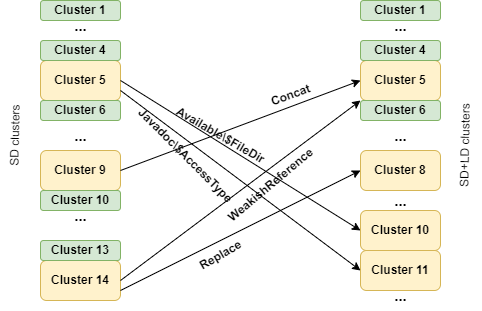
This is ICSTCC/images/clusters.png from AdelinaStana/Papers, a draw.io export, as it was before one commit. Source tidied: cells renumbered, new cells last; positions are measured from the earlier drawing's top-left corner, leaving out a move shared by most shapes. Source of this version:
```xml
<mxGraphModel>
  <root>
    <mxCell id="0" />
    <mxCell id="1" parent="0" />
    <mxCell id="2" value="&lt;b&gt;Cluster 5&lt;/b&gt;" style="rounded=1;whiteSpace=wrap;html=1;fillColor=#fff2cc;strokeColor=#d6b656;" parent="1" vertex="1">
      <mxGeometry x="390" y="60" width="80" height="40" as="geometry" />
    </mxCell>
    <mxCell id="3" value="&lt;b&gt;Cluster 10&lt;/b&gt;" style="rounded=1;whiteSpace=wrap;html=1;fillColor=#fff2cc;strokeColor=#d6b656;" parent="1" vertex="1">
      <mxGeometry x="390" y="210" width="80" height="40" as="geometry" />
    </mxCell>
    <mxCell id="4" value="&lt;b&gt;Cluster 1&lt;/b&gt;" style="rounded=1;whiteSpace=wrap;html=1;fillColor=#d5e8d4;strokeColor=#82b366;" parent="1" vertex="1">
      <mxGeometry x="70" width="80" height="20" as="geometry" />
    </mxCell>
    <mxCell id="5" value="&lt;b&gt;Cluster 5&lt;/b&gt;" style="rounded=1;whiteSpace=wrap;html=1;fillColor=#fff2cc;strokeColor=#d6b656;" parent="1" vertex="1">
      <mxGeometry x="70" y="60" width="80" height="40" as="geometry" />
    </mxCell>
    <mxCell id="6" value="&lt;b&gt;Cluster 9&lt;/b&gt;" style="rounded=1;whiteSpace=wrap;html=1;fillColor=#fff2cc;strokeColor=#d6b656;" parent="1" vertex="1">
      <mxGeometry x="70" y="150" width="80" height="40" as="geometry" />
    </mxCell>
    <mxCell id="7" value="&lt;b&gt;Cluster 11&lt;/b&gt;" style="rounded=1;whiteSpace=wrap;html=1;fillColor=#fff2cc;strokeColor=#d6b656;" parent="1" vertex="1">
      <mxGeometry x="390" y="250" width="80" height="40" as="geometry" />
    </mxCell>
    <mxCell id="8" value="&lt;b&gt;Cluster 14&lt;/b&gt;" style="rounded=1;whiteSpace=wrap;html=1;fillColor=#fff2cc;strokeColor=#d6b656;" parent="1" vertex="1">
      <mxGeometry x="70" y="260" width="80" height="40" as="geometry" />
    </mxCell>
    <mxCell id="9" value="&lt;b&gt;Cluster 8&lt;/b&gt;" style="rounded=1;whiteSpace=wrap;html=1;fillColor=#fff2cc;strokeColor=#d6b656;" parent="1" vertex="1">
      <mxGeometry x="390" y="150" width="80" height="40" as="geometry" />
    </mxCell>
    <mxCell id="10" value="&lt;b&gt;Cluster 4&lt;/b&gt;" style="rounded=1;whiteSpace=wrap;html=1;fillColor=#d5e8d4;strokeColor=#82b366;" parent="1" vertex="1">
      <mxGeometry x="70" y="40" width="80" height="20" as="geometry" />
    </mxCell>
    <mxCell id="11" value="&lt;b&gt;Cluster 1&lt;/b&gt;" style="rounded=1;whiteSpace=wrap;html=1;fillColor=#d5e8d4;strokeColor=#82b366;" parent="1" vertex="1">
      <mxGeometry x="390" width="80" height="20" as="geometry" />
    </mxCell>
    <mxCell id="12" value="&lt;b&gt;Cluster 4&lt;/b&gt;" style="rounded=1;whiteSpace=wrap;html=1;fillColor=#d5e8d4;strokeColor=#82b366;" parent="1" vertex="1">
      <mxGeometry x="390" y="40" width="80" height="20" as="geometry" />
    </mxCell>
    <mxCell id="13" style="endArrow=classic;html=1;rounded=0;exitX=1;exitY=0.5;exitDx=0;exitDy=0;entryX=0;entryY=0.5;entryDx=0;entryDy=0;" parent="1" edge="1" source="5" target="3">
      <mxGeometry relative="1" as="geometry" />
    </mxCell>
    <mxCell id="14" value="&lt;b&gt;Available\$FileDir&lt;/b&gt;" style="text;html=1;align=center;verticalAlign=middle;strokeColor=none;fillColor=none;rotation=30;" parent="1" vertex="1">
      <mxGeometry x="190" y="120" width="120" height="30" as="geometry" />
    </mxCell>
    <mxCell id="15" style="endArrow=classic;html=1;rounded=0;exitX=1;exitY=0.5;exitDx=0;exitDy=0;entryX=0;entryY=0.5;entryDx=0;entryDy=0;" parent="1" edge="1" source="6" target="2">
      <mxGeometry relative="1" as="geometry" />
    </mxCell>
    <mxCell id="16" value="&lt;b&gt;Concat&lt;/b&gt;" style="text;html=1;align=center;verticalAlign=middle;strokeColor=none;fillColor=none;rotation=-20;" parent="1" vertex="1">
      <mxGeometry x="290" y="80" width="60" height="30" as="geometry" />
    </mxCell>
    <mxCell id="17" style="endArrow=classic;html=1;rounded=0;exitX=1;exitY=0.75;exitDx=0;exitDy=0;entryX=0;entryY=0.5;entryDx=0;entryDy=0;" parent="1" edge="1" source="5" target="7">
      <mxGeometry relative="1" as="geometry" />
    </mxCell>
    <mxCell id="18" value="&lt;b&gt;Javadoc\$AccessType&lt;/b&gt;" style="text;html=1;align=center;verticalAlign=middle;strokeColor=none;fillColor=none;rotation=45;" parent="1" vertex="1">
      <mxGeometry x="140" y="140" width="150" height="30" as="geometry" />
    </mxCell>
    <mxCell id="19" style="endArrow=classic;html=1;rounded=0;exitX=1;exitY=0.5;exitDx=0;exitDy=0;entryX=0;entryY=1;entryDx=0;entryDy=0;" parent="1" edge="1" source="8" target="2">
      <mxGeometry relative="1" as="geometry" />
    </mxCell>
    <mxCell id="20" value="&lt;b&gt;WeakishReference&lt;/b&gt;" style="text;html=1;align=center;verticalAlign=middle;strokeColor=none;fillColor=none;rotation=-40;" parent="1" vertex="1">
      <mxGeometry x="235" y="170" width="130" height="30" as="geometry" />
    </mxCell>
    <mxCell id="21" style="endArrow=classic;html=1;rounded=0;exitX=1;exitY=0.75;exitDx=0;exitDy=0;entryX=0;entryY=0.5;entryDx=0;entryDy=0;" parent="1" edge="1" source="8" target="9">
      <mxGeometry relative="1" as="geometry" />
    </mxCell>
    <mxCell id="22" value="&lt;b&gt;Replace&lt;/b&gt;" style="text;html=1;align=center;verticalAlign=middle;strokeColor=none;fillColor=none;rotation=-30;" parent="1" vertex="1">
      <mxGeometry x="215" y="240" width="70" height="30" as="geometry" />
    </mxCell>
    <mxCell id="23" value="&lt;b&gt;&lt;font style=&quot;font-size: 15px;&quot;&gt;...&lt;/font&gt;&lt;/b&gt;" style="text;html=1;align=center;verticalAlign=middle;strokeColor=none;fillColor=none;" parent="1" vertex="1">
      <mxGeometry x="90" y="10" width="40" height="30" as="geometry" />
    </mxCell>
    <mxCell id="24" value="&lt;b&gt;&lt;font style=&quot;font-size: 15px;&quot;&gt;...&lt;/font&gt;&lt;/b&gt;" style="text;html=1;align=center;verticalAlign=middle;strokeColor=none;fillColor=none;" parent="1" vertex="1">
      <mxGeometry x="410" y="10" width="40" height="30" as="geometry" />
    </mxCell>
    <mxCell id="25" value="&lt;b&gt;Cluster 6&lt;/b&gt;" style="rounded=1;whiteSpace=wrap;html=1;fillColor=#d5e8d4;strokeColor=#82b366;" parent="1" vertex="1">
      <mxGeometry x="70" y="100" width="80" height="20" as="geometry" />
    </mxCell>
    <mxCell id="26" value="&lt;b&gt;Cluster 6&lt;/b&gt;" style="rounded=1;whiteSpace=wrap;html=1;fillColor=#d5e8d4;strokeColor=#82b366;" parent="1" vertex="1">
      <mxGeometry x="390" y="100" width="80" height="20" as="geometry" />
    </mxCell>
    <mxCell id="27" value="&lt;b&gt;&lt;font style=&quot;font-size: 15px;&quot;&gt;...&lt;/font&gt;&lt;/b&gt;" style="text;html=1;align=center;verticalAlign=middle;strokeColor=none;fillColor=none;" parent="1" vertex="1">
      <mxGeometry x="90" y="120" width="40" height="30" as="geometry" />
    </mxCell>
    <mxCell id="28" value="&lt;b&gt;&lt;font style=&quot;font-size: 15px;&quot;&gt;...&lt;/font&gt;&lt;/b&gt;" style="text;html=1;align=center;verticalAlign=middle;strokeColor=none;fillColor=none;" parent="1" vertex="1">
      <mxGeometry x="410" y="120" width="40" height="30" as="geometry" />
    </mxCell>
    <mxCell id="29" value="&lt;b&gt;Cluster 10&lt;/b&gt;" style="rounded=1;whiteSpace=wrap;html=1;fillColor=#d5e8d4;strokeColor=#82b366;" parent="1" vertex="1">
      <mxGeometry x="70" y="190" width="80" height="20" as="geometry" />
    </mxCell>
    <mxCell id="30" value="&lt;b&gt;&lt;font style=&quot;font-size: 15px;&quot;&gt;...&lt;/font&gt;&lt;/b&gt;" style="text;html=1;align=center;verticalAlign=middle;strokeColor=none;fillColor=none;" parent="1" vertex="1">
      <mxGeometry x="90" y="200" width="40" height="30" as="geometry" />
    </mxCell>
    <mxCell id="31" value="&lt;b&gt;Cluster 13&lt;/b&gt;" style="rounded=1;whiteSpace=wrap;html=1;fillColor=#d5e8d4;strokeColor=#82b366;" parent="1" vertex="1">
      <mxGeometry x="70" y="240" width="80" height="20" as="geometry" />
    </mxCell>
    <mxCell id="32" value="&lt;b&gt;&lt;font style=&quot;font-size: 15px;&quot;&gt;...&lt;/font&gt;&lt;/b&gt;" style="text;html=1;align=center;verticalAlign=middle;strokeColor=none;fillColor=none;" parent="1" vertex="1">
      <mxGeometry x="410" y="185" width="40" height="30" as="geometry" />
    </mxCell>
    <mxCell id="33" value="&lt;b&gt;&lt;font style=&quot;font-size: 15px;&quot;&gt;...&lt;/font&gt;&lt;/b&gt;" style="text;html=1;align=center;verticalAlign=middle;strokeColor=none;fillColor=none;" parent="1" vertex="1">
      <mxGeometry x="410" y="280" width="40" height="30" as="geometry" />
    </mxCell>
    <mxCell id="34" value="SD clusters" style="text;html=1;align=center;verticalAlign=middle;whiteSpace=wrap;rounded=0;rotation=-89;" parent="1" vertex="1">
      <mxGeometry y="120" width="90" height="30" as="geometry" />
    </mxCell>
    <mxCell id="35" value="SD+LD clusters" style="text;html=1;align=center;verticalAlign=middle;whiteSpace=wrap;rounded=0;rotation=-89;" parent="1" vertex="1">
      <mxGeometry x="450" y="130" width="90" height="30" as="geometry" />
    </mxCell>
  </root>
</mxGraphModel>
```
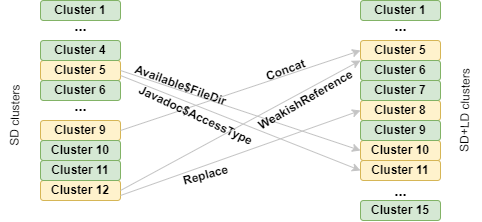
The same file after the commit.

The edit, as a diff of the source:
```diff
@@ -3,28 +3,28 @@
     <mxCell id="0" />
     <mxCell id="1" parent="0" />
     <mxCell id="2" value="&lt;b&gt;Cluster 5&lt;/b&gt;" style="rounded=1;whiteSpace=wrap;html=1;fillColor=#fff2cc;strokeColor=#d6b656;" parent="1" vertex="1">
-      <mxGeometry x="390" y="60" width="80" height="40" as="geometry" />
+      <mxGeometry x="390" y="40" width="80" height="20" as="geometry" />
     </mxCell>
     <mxCell id="3" value="&lt;b&gt;Cluster 10&lt;/b&gt;" style="rounded=1;whiteSpace=wrap;html=1;fillColor=#fff2cc;strokeColor=#d6b656;" parent="1" vertex="1">
-      <mxGeometry x="390" y="210" width="80" height="40" as="geometry" />
+      <mxGeometry x="390" y="140" width="80" height="20" as="geometry" />
     </mxCell>
     <mxCell id="4" value="&lt;b&gt;Cluster 1&lt;/b&gt;" style="rounded=1;whiteSpace=wrap;html=1;fillColor=#d5e8d4;strokeColor=#82b366;" parent="1" vertex="1">
       <mxGeometry x="70" width="80" height="20" as="geometry" />
     </mxCell>
     <mxCell id="5" value="&lt;b&gt;Cluster 5&lt;/b&gt;" style="rounded=1;whiteSpace=wrap;html=1;fillColor=#fff2cc;strokeColor=#d6b656;" parent="1" vertex="1">
-      <mxGeometry x="70" y="60" width="80" height="40" as="geometry" />
+      <mxGeometry x="70" y="60" width="80" height="20" as="geometry" />
     </mxCell>
     <mxCell id="6" value="&lt;b&gt;Cluster 9&lt;/b&gt;" style="rounded=1;whiteSpace=wrap;html=1;fillColor=#fff2cc;strokeColor=#d6b656;" parent="1" vertex="1">
-      <mxGeometry x="70" y="150" width="80" height="40" as="geometry" />
+      <mxGeometry x="70" y="120" width="80" height="20" as="geometry" />
     </mxCell>
     <mxCell id="7" value="&lt;b&gt;Cluster 11&lt;/b&gt;" style="rounded=1;whiteSpace=wrap;html=1;fillColor=#fff2cc;strokeColor=#d6b656;" parent="1" vertex="1">
-      <mxGeometry x="390" y="250" width="80" height="40" as="geometry" />
+      <mxGeometry x="390" y="160" width="80" height="20" as="geometry" />
     </mxCell>
-    <mxCell id="8" value="&lt;b&gt;Cluster 14&lt;/b&gt;" style="rounded=1;whiteSpace=wrap;html=1;fillColor=#fff2cc;strokeColor=#d6b656;" parent="1" vertex="1">
-      <mxGeometry x="70" y="260" width="80" height="40" as="geometry" />
+    <mxCell id="8" value="&lt;b&gt;Cluster 12&lt;/b&gt;" style="rounded=1;whiteSpace=wrap;html=1;fillColor=#fff2cc;strokeColor=#d6b656;" parent="1" vertex="1">
+      <mxGeometry x="70" y="180" width="80" height="20" as="geometry" />
     </mxCell>
     <mxCell id="9" value="&lt;b&gt;Cluster 8&lt;/b&gt;" style="rounded=1;whiteSpace=wrap;html=1;fillColor=#fff2cc;strokeColor=#d6b656;" parent="1" vertex="1">
-      <mxGeometry x="390" y="150" width="80" height="40" as="geometry" />
+      <mxGeometry x="390" y="100" width="80" height="20" as="geometry" />
     </mxCell>
     <mxCell id="10" value="&lt;b&gt;Cluster 4&lt;/b&gt;" style="rounded=1;whiteSpace=wrap;html=1;fillColor=#d5e8d4;strokeColor=#82b366;" parent="1" vertex="1">
       <mxGeometry x="70" y="40" width="80" height="20" as="geometry" />
@@ -32,38 +32,35 @@
     <mxCell id="11" value="&lt;b&gt;Cluster 1&lt;/b&gt;" style="rounded=1;whiteSpace=wrap;html=1;fillColor=#d5e8d4;strokeColor=#82b366;" parent="1" vertex="1">
       <mxGeometry x="390" width="80" height="20" as="geometry" />
     </mxCell>
-    <mxCell id="12" value="&lt;b&gt;Cluster 4&lt;/b&gt;" style="rounded=1;whiteSpace=wrap;html=1;fillColor=#d5e8d4;strokeColor=#82b366;" parent="1" vertex="1">
-      <mxGeometry x="390" y="40" width="80" height="20" as="geometry" />
-    </mxCell>
-    <mxCell id="13" style="endArrow=classic;html=1;rounded=0;exitX=1;exitY=0.5;exitDx=0;exitDy=0;entryX=0;entryY=0.5;entryDx=0;entryDy=0;" parent="1" edge="1" source="5" target="3">
+    <mxCell id="13" style="endArrow=classic;html=1;rounded=0;exitX=1;exitY=0.5;exitDx=0;exitDy=0;entryX=0;entryY=0.5;entryDx=0;entryDy=0;strokeColor=#c4c4c4;align=center;verticalAlign=middle;fontFamily=Helvetica;fontSize=11;fontColor=default;labelBackgroundColor=default;" parent="1" edge="1" source="5" target="3">
       <mxGeometry relative="1" as="geometry" />
     </mxCell>
-    <mxCell id="14" value="&lt;b&gt;Available\$FileDir&lt;/b&gt;" style="text;html=1;align=center;verticalAlign=middle;strokeColor=none;fillColor=none;rotation=30;" parent="1" vertex="1">
-      <mxGeometry x="190" y="120" width="120" height="30" as="geometry" />
+    <mxCell id="14" value="&lt;b&gt;Available$FileDir&lt;/b&gt;" style="text;html=1;align=center;verticalAlign=middle;strokeColor=none;fillColor=none;rotation=20;" parent="1" vertex="1">
+      <mxGeometry x="150" y="70" width="120" height="30" as="geometry" />
     </mxCell>
-    <mxCell id="15" style="endArrow=classic;html=1;rounded=0;exitX=1;exitY=0.5;exitDx=0;exitDy=0;entryX=0;entryY=0.5;entryDx=0;entryDy=0;" parent="1" edge="1" source="6" target="2">
+    <mxCell id="15" style="endArrow=classic;html=1;rounded=0;exitX=1;exitY=0.5;exitDx=0;exitDy=0;entryX=0;entryY=0.5;entryDx=0;entryDy=0;strokeColor=#c4c4c4;" parent="1" edge="1" source="6" target="2">
       <mxGeometry relative="1" as="geometry" />
     </mxCell>
     <mxCell id="16" value="&lt;b&gt;Concat&lt;/b&gt;" style="text;html=1;align=center;verticalAlign=middle;strokeColor=none;fillColor=none;rotation=-20;" parent="1" vertex="1">
-      <mxGeometry x="290" y="80" width="60" height="30" as="geometry" />
+      <mxGeometry x="285" y="55" width="60" height="30" as="geometry" />
     </mxCell>
-    <mxCell id="17" style="endArrow=classic;html=1;rounded=0;exitX=1;exitY=0.75;exitDx=0;exitDy=0;entryX=0;entryY=0.5;entryDx=0;entryDy=0;" parent="1" edge="1" source="5" target="7">
+    <mxCell id="17" style="endArrow=classic;html=1;rounded=0;exitX=1;exitY=0.75;exitDx=0;exitDy=0;entryX=0;entryY=0.5;entryDx=0;entryDy=0;strokeColor=#c4c4c4;align=center;verticalAlign=middle;fontFamily=Helvetica;fontSize=11;fontColor=default;labelBackgroundColor=default;" parent="1" edge="1" source="5" target="7">
       <mxGeometry relative="1" as="geometry" />
     </mxCell>
-    <mxCell id="18" value="&lt;b&gt;Javadoc\$AccessType&lt;/b&gt;" style="text;html=1;align=center;verticalAlign=middle;strokeColor=none;fillColor=none;rotation=45;" parent="1" vertex="1">
-      <mxGeometry x="140" y="140" width="150" height="30" as="geometry" />
+    <mxCell id="18" value="&lt;b&gt;Javadoc$AccessType&lt;/b&gt;" style="text;html=1;align=center;verticalAlign=middle;strokeColor=none;fillColor=none;rotation=25;" parent="1" vertex="1">
+      <mxGeometry x="150" y="100" width="150" height="30" as="geometry" />
     </mxCell>
-    <mxCell id="19" style="endArrow=classic;html=1;rounded=0;exitX=1;exitY=0.5;exitDx=0;exitDy=0;entryX=0;entryY=1;entryDx=0;entryDy=0;" parent="1" edge="1" source="8" target="2">
+    <mxCell id="19" style="endArrow=classic;html=1;rounded=0;exitX=1;exitY=0.5;exitDx=0;exitDy=0;entryX=0;entryY=1;entryDx=0;entryDy=0;strokeColor=#c4c4c4;align=center;verticalAlign=middle;fontFamily=Helvetica;fontSize=11;fontColor=default;labelBackgroundColor=default;" parent="1" edge="1" source="8" target="2">
       <mxGeometry relative="1" as="geometry" />
     </mxCell>
-    <mxCell id="20" value="&lt;b&gt;WeakishReference&lt;/b&gt;" style="text;html=1;align=center;verticalAlign=middle;strokeColor=none;fillColor=none;rotation=-40;" parent="1" vertex="1">
-      <mxGeometry x="235" y="170" width="130" height="30" as="geometry" />
+    <mxCell id="20" value="&lt;b&gt;WeakishReference&lt;/b&gt;" style="text;html=1;align=center;verticalAlign=middle;strokeColor=none;fillColor=none;rotation=-30;" parent="1" vertex="1">
+      <mxGeometry x="270" y="85" width="130" height="30" as="geometry" />
     </mxCell>
-    <mxCell id="21" style="endArrow=classic;html=1;rounded=0;exitX=1;exitY=0.75;exitDx=0;exitDy=0;entryX=0;entryY=0.5;entryDx=0;entryDy=0;" parent="1" edge="1" source="8" target="9">
+    <mxCell id="21" style="endArrow=classic;html=1;rounded=0;exitX=1;exitY=0.75;exitDx=0;exitDy=0;entryX=0;entryY=0.5;entryDx=0;entryDy=0;strokeColor=#c4c4c4;align=center;verticalAlign=middle;fontFamily=Helvetica;fontSize=11;fontColor=default;labelBackgroundColor=default;" parent="1" edge="1" source="8" target="9">
       <mxGeometry relative="1" as="geometry" />
     </mxCell>
-    <mxCell id="22" value="&lt;b&gt;Replace&lt;/b&gt;" style="text;html=1;align=center;verticalAlign=middle;strokeColor=none;fillColor=none;rotation=-30;" parent="1" vertex="1">
-      <mxGeometry x="215" y="240" width="70" height="30" as="geometry" />
+    <mxCell id="22" value="&lt;b&gt;Replace&lt;/b&gt;" style="text;html=1;align=center;verticalAlign=middle;strokeColor=none;fillColor=none;rotation=-15;" parent="1" vertex="1">
+      <mxGeometry x="200" y="160" width="70" height="30" as="geometry" />
     </mxCell>
     <mxCell id="23" value="&lt;b&gt;&lt;font style=&quot;font-size: 15px;&quot;&gt;...&lt;/font&gt;&lt;/b&gt;" style="text;html=1;align=center;verticalAlign=middle;strokeColor=none;fillColor=none;" parent="1" vertex="1">
       <mxGeometry x="90" y="10" width="40" height="30" as="geometry" />
@@ -72,37 +69,37 @@
       <mxGeometry x="410" y="10" width="40" height="30" as="geometry" />
     </mxCell>
     <mxCell id="25" value="&lt;b&gt;Cluster 6&lt;/b&gt;" style="rounded=1;whiteSpace=wrap;html=1;fillColor=#d5e8d4;strokeColor=#82b366;" parent="1" vertex="1">
-      <mxGeometry x="70" y="100" width="80" height="20" as="geometry" />
+      <mxGeometry x="70" y="80" width="80" height="20" as="geometry" />
     </mxCell>
     <mxCell id="26" value="&lt;b&gt;Cluster 6&lt;/b&gt;" style="rounded=1;whiteSpace=wrap;html=1;fillColor=#d5e8d4;strokeColor=#82b366;" parent="1" vertex="1">
-      <mxGeometry x="390" y="100" width="80" height="20" as="geometry" />
+      <mxGeometry x="390" y="60" width="80" height="20" as="geometry" />
     </mxCell>
     <mxCell id="27" value="&lt;b&gt;&lt;font style=&quot;font-size: 15px;&quot;&gt;...&lt;/font&gt;&lt;/b&gt;" style="text;html=1;align=center;verticalAlign=middle;strokeColor=none;fillColor=none;" parent="1" vertex="1">
-      <mxGeometry x="90" y="120" width="40" height="30" as="geometry" />
+      <mxGeometry x="90" y="90" width="40" height="30" as="geometry" />
     </mxCell>
-    <mxCell id="28" value="&lt;b&gt;&lt;font style=&quot;font-size: 15px;&quot;&gt;...&lt;/font&gt;&lt;/b&gt;" style="text;html=1;align=center;verticalAlign=middle;strokeColor=none;fillColor=none;" parent="1" vertex="1">
-      <mxGeometry x="410" y="120" width="40" height="30" as="geometry" />
-    </mxCell>
     <mxCell id="29" value="&lt;b&gt;Cluster 10&lt;/b&gt;" style="rounded=1;whiteSpace=wrap;html=1;fillColor=#d5e8d4;strokeColor=#82b366;" parent="1" vertex="1">
-      <mxGeometry x="70" y="190" width="80" height="20" as="geometry" />
+      <mxGeometry x="70" y="140" width="80" height="20" as="geometry" />
     </mxCell>
-    <mxCell id="30" value="&lt;b&gt;&lt;font style=&quot;font-size: 15px;&quot;&gt;...&lt;/font&gt;&lt;/b&gt;" style="text;html=1;align=center;verticalAlign=middle;strokeColor=none;fillColor=none;" parent="1" vertex="1">
-      <mxGeometry x="90" y="200" width="40" height="30" as="geometry" />
-    </mxCell>
-    <mxCell id="31" value="&lt;b&gt;Cluster 13&lt;/b&gt;" style="rounded=1;whiteSpace=wrap;html=1;fillColor=#d5e8d4;strokeColor=#82b366;" parent="1" vertex="1">
-      <mxGeometry x="70" y="240" width="80" height="20" as="geometry" />
-    </mxCell>
-    <mxCell id="32" value="&lt;b&gt;&lt;font style=&quot;font-size: 15px;&quot;&gt;...&lt;/font&gt;&lt;/b&gt;" style="text;html=1;align=center;verticalAlign=middle;strokeColor=none;fillColor=none;" parent="1" vertex="1">
-      <mxGeometry x="410" y="185" width="40" height="30" as="geometry" />
-    </mxCell>
     <mxCell id="33" value="&lt;b&gt;&lt;font style=&quot;font-size: 15px;&quot;&gt;...&lt;/font&gt;&lt;/b&gt;" style="text;html=1;align=center;verticalAlign=middle;strokeColor=none;fillColor=none;" parent="1" vertex="1">
-      <mxGeometry x="410" y="280" width="40" height="30" as="geometry" />
+      <mxGeometry x="410" y="175" width="40" height="30" as="geometry" />
     </mxCell>
     <mxCell id="34" value="SD clusters" style="text;html=1;align=center;verticalAlign=middle;whiteSpace=wrap;rounded=0;rotation=-89;" parent="1" vertex="1">
-      <mxGeometry y="120" width="90" height="30" as="geometry" />
+      <mxGeometry y="100" width="90" height="30" as="geometry" />
     </mxCell>
     <mxCell id="35" value="SD+LD clusters" style="text;html=1;align=center;verticalAlign=middle;whiteSpace=wrap;rounded=0;rotation=-89;" parent="1" vertex="1">
-      <mxGeometry x="450" y="130" width="90" height="30" as="geometry" />
+      <mxGeometry x="450" y="95" width="90" height="30" as="geometry" />
     </mxCell>
+    <mxCell id="36" value="&lt;b&gt;Cluster 11&lt;/b&gt;" style="rounded=1;whiteSpace=wrap;html=1;fillColor=#d5e8d4;strokeColor=#82b366;" parent="1" vertex="1">
+      <mxGeometry x="70" y="160" width="80" height="20" as="geometry" />
+    </mxCell>
+    <mxCell id="37" value="&lt;b&gt;Cluster 15&lt;/b&gt;" style="rounded=1;whiteSpace=wrap;html=1;fillColor=#d5e8d4;strokeColor=#82b366;" parent="1" vertex="1">
+      <mxGeometry x="390" y="200" width="80" height="20" as="geometry" />
+    </mxCell>
+    <mxCell id="38" value="&lt;b&gt;Cluster 7&lt;/b&gt;" style="rounded=1;whiteSpace=wrap;html=1;fillColor=#d5e8d4;strokeColor=#82b366;" parent="1" vertex="1">
+      <mxGeometry x="390" y="80" width="80" height="20" as="geometry" />
+    </mxCell>
+    <mxCell id="39" value="&lt;b&gt;Cluster 9&lt;/b&gt;" style="rounded=1;whiteSpace=wrap;html=1;fillColor=#d5e8d4;strokeColor=#82b366;" parent="1" vertex="1">
+      <mxGeometry x="390" y="120" width="80" height="20" as="geometry" />
+    </mxCell>
   </root>
 </mxGraphModel>
```
